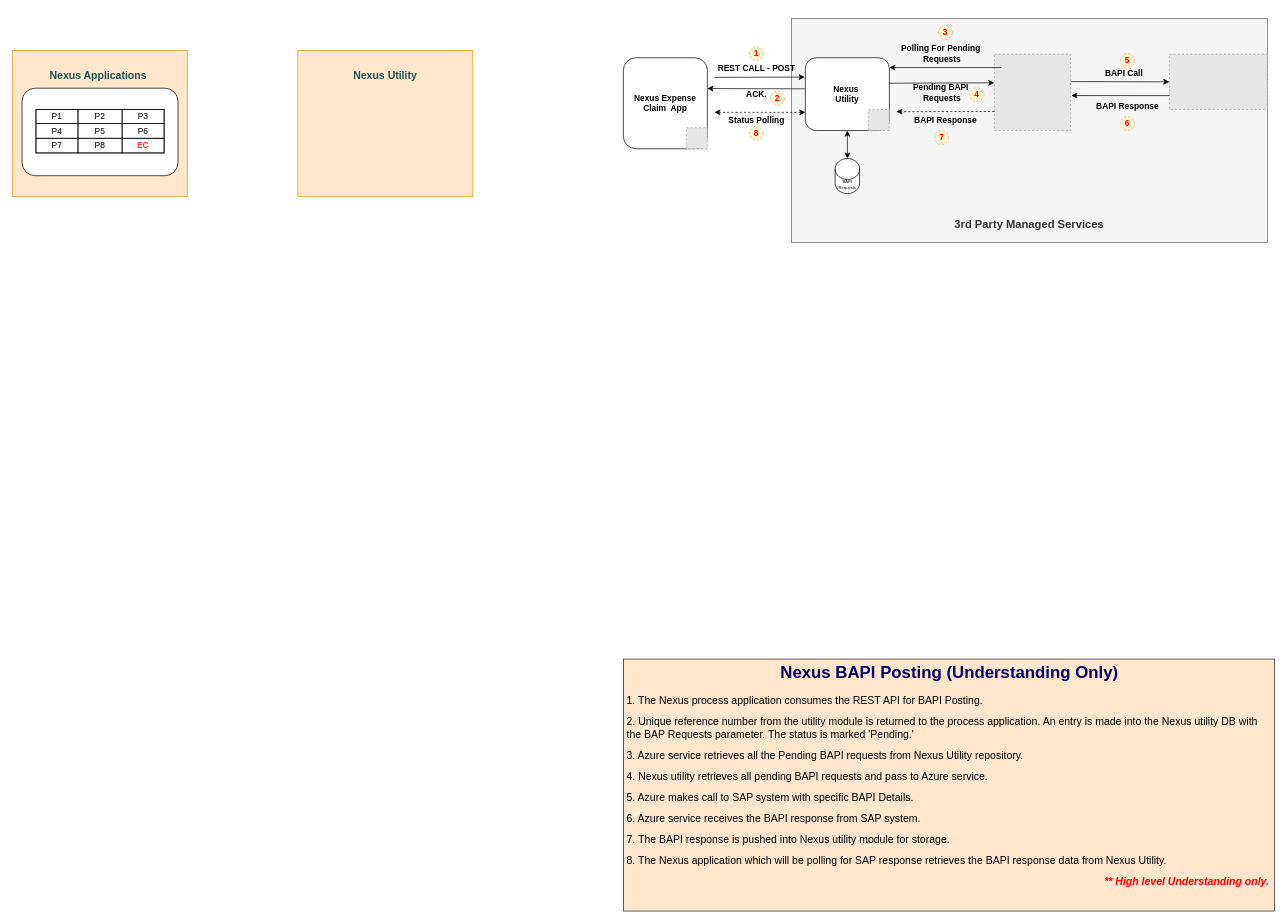
Earlier version of the draw.io diagram page "BAPI Posting" (2 of 2) of Nexus 4.0 Consulting.drawio (karthiksm2703siemens/Nexus-4.0-Diagrams). Source tidied: cells renumbered, new cells numbered last; positions are measured from the earlier drawing's top-left corner, leaving out a move shared by most shapes. Both pictures are drawn from the tidied source at 70%, with x=0, y=0 at pixel (12, 18). Pictures stored in the file or linked from it are replaced by grey dashed boxes.
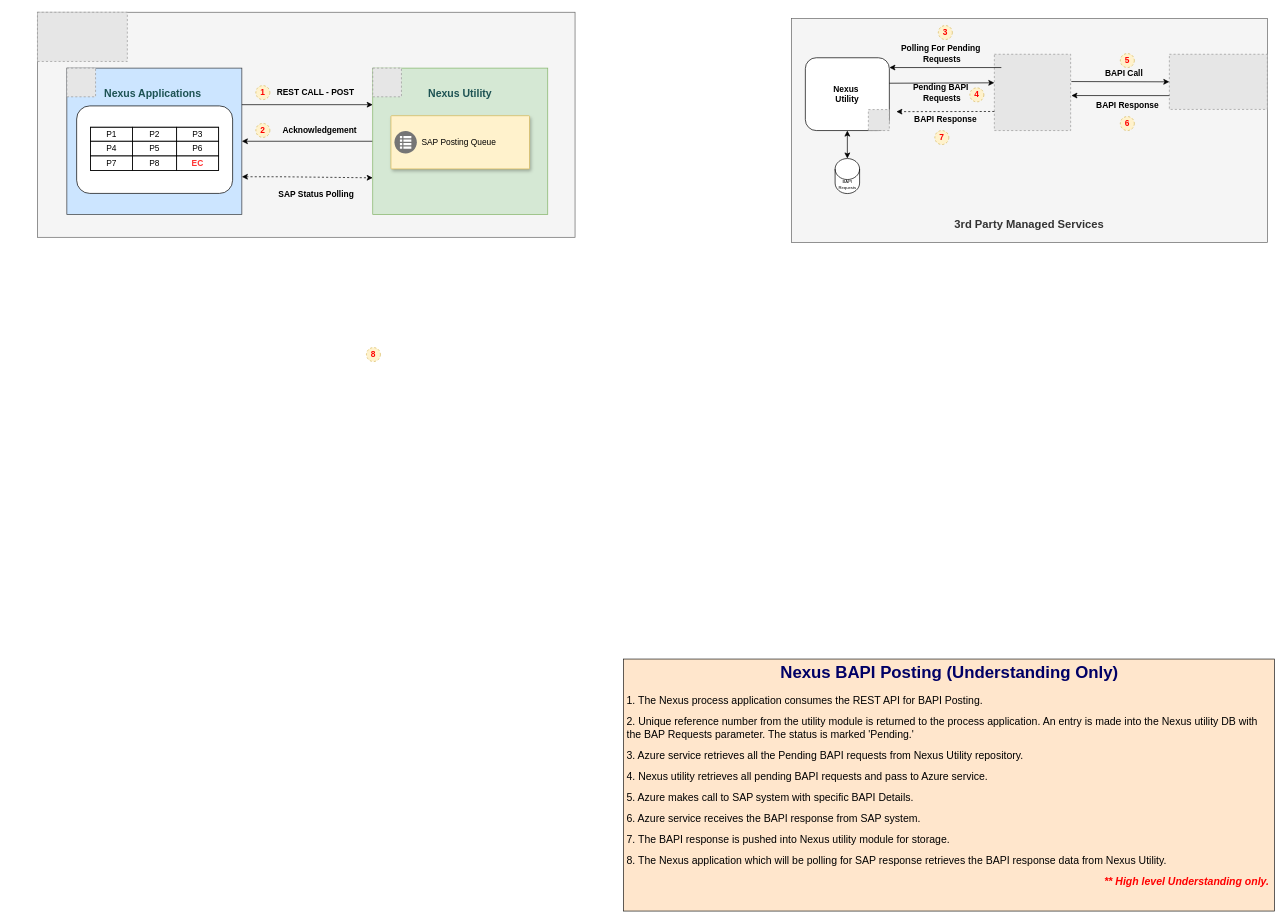
After the change.

Unchanged cells that the change refers to:
```xml
<mxCell id="8" value="Nexus&amp;nbsp;&lt;div&gt;Utility&lt;/div&gt;" style="rounded=1;whiteSpace=wrap;html=1;fontStyle=1;" parent="7" vertex="1">
  <mxGeometry width="120" height="104" as="geometry" />
</mxCell>
```

The edit, as a diff of the source:
```diff
@@
-    <mxCell id="2" value="&lt;div&gt;&lt;br&gt;&lt;/div&gt;" style="rounded=0;whiteSpace=wrap;html=1;fillColor=#ffe6cc;strokeColor=#d79b00;" parent="1" vertex="1">
-      <mxGeometry y="45.5" width="250" height="209" as="geometry" />
-    </mxCell>
@@
-    <mxCell id="4" style="group;" parent="1" vertex="1">
-      <mxGeometry x="873" y="56" width="120" height="130" as="geometry" />
-    </mxCell>
-    <mxCell id="5" value="Nexus Expense&lt;div&gt;Claim&amp;nbsp; App&lt;/div&gt;" style="rounded=1;whiteSpace=wrap;html=1;fontStyle=1;" parent="4" vertex="1">
-      <mxGeometry width="120" height="130" as="geometry" />
-    </mxCell>
-    <mxCell id="6" style="fillColor=#E6E6E6;strokeColor=#999999;dashed=1;verticalLabelPosition=bottom;labelBackgroundColor=default;verticalAlign=top;" parent="4" vertex="1">
-      <mxGeometry x="90" y="100" width="30" height="30" as="geometry" />
-    </mxCell>
@@
-    <mxCell id="10" value="REST CALL - POST" style="text;html=1;align=center;verticalAlign=middle;points=[];strokeColor=none;fillColor=none;fontStyle=1;" parent="1" vertex="1">
-      <mxGeometry x="998" y="56" width="130" height="30" as="geometry" />
-    </mxCell>
-    <mxCell id="11" value="ACK." style="text;html=1;align=center;verticalAlign=middle;strokeColor=none;fillColor=none;fontStyle=1;" parent="1" vertex="1">
-      <mxGeometry x="1038" y="94" width="50" height="30" as="geometry" />
-    </mxCell>
@@
-    <mxCell id="13" style="endArrow=classic;startArrow=none;html=1;rounded=0;entryX=1.032;entryY=0.92;entryDx=0;entryDy=0;startFill=0;entryPerimeter=0;" parent="1" edge="1" target="10">
-      <mxGeometry relative="1" as="geometry">
-        <mxPoint x="1003" y="84" as="sourcePoint" />
-      </mxGeometry>
-    </mxCell>
-    <mxCell id="14" style="endArrow=classic;html=1;rounded=0;exitX=-0.007;exitY=0.427;exitDx=0;exitDy=0;exitPerimeter=0;" parent="1" edge="1" source="8">
-      <mxGeometry relative="1" as="geometry">
-        <mxPoint x="993" y="100" as="targetPoint" />
-      </mxGeometry>
-    </mxCell>
@@
-    <mxCell id="28" style="endArrow=classic;html=1;rounded=0;entryX=0;entryY=0.75;entryDx=0;entryDy=0;dashed=1;startArrow=classic;startFill=1;" parent="1" edge="1" target="8">
-      <mxGeometry relative="1" as="geometry">
-        <mxPoint x="1003" y="134" as="sourcePoint" />
-      </mxGeometry>
-    </mxCell>
-    <mxCell id="29" value="Status Polling" style="text;html=1;align=center;verticalAlign=middle;strokeColor=none;fillColor=none;fontStyle=1;" parent="1" vertex="1">
-      <mxGeometry x="1018" y="130" width="90" height="30" as="geometry" />
-    </mxCell>
-    <mxCell id="30" value="1" style="ellipse;whiteSpace=wrap;html=1;fontStyle=1;dashed=1;fillColor=#fff2cc;strokeColor=#d6b656;fontColor=#FF0000;" parent="1" vertex="1">
-      <mxGeometry x="1053" y="40" width="20" height="20" as="geometry" />
-    </mxCell>
-    <mxCell id="31" value="2" style="ellipse;whiteSpace=wrap;html=1;fontStyle=1;dashed=1;fillColor=#fff2cc;strokeColor=#d6b656;fontColor=#FF0000;" parent="1" vertex="1">
-      <mxGeometry x="1083" y="104" width="20" height="20" as="geometry" />
-    </mxCell>
@@
     <mxCell id="37" value="8" style="ellipse;whiteSpace=wrap;html=1;fontStyle=1;dashed=1;fillColor=#fff2cc;strokeColor=#d6b656;fontColor=#FF0000;" parent="1" vertex="1">
-      <mxGeometry x="1053" y="154" width="20" height="20" as="geometry" />
+      <mxGeometry x="506" y="470" width="20" height="20" as="geometry" />
     </mxCell>
@@
+    <mxCell id="56" style="whiteSpace=wrap;html=1;fillColor=#f5f5f5;fontColor=#333333;strokeColor=#666666;" parent="1" vertex="1">
+      <mxGeometry x="36" y="-9" width="768" height="321.5" as="geometry" />
+    </mxCell>
+    <mxCell id="2" value="&lt;div&gt;&lt;br&gt;&lt;/div&gt;" style="rounded=0;whiteSpace=wrap;html=1;fillColor=#cce5ff;strokeColor=#36393d;" parent="1" vertex="1">
+      <mxGeometry x="78" y="70.8" width="250" height="209" as="geometry" />
+    </mxCell>
+    <mxCell id="10" value="REST CALL - POST" style="text;html=1;align=center;verticalAlign=middle;points=[];strokeColor=none;fillColor=none;fontStyle=1;" parent="1" vertex="1">
+      <mxGeometry x="368" y="90.8" width="130" height="30" as="geometry" />
+    </mxCell>
+    <mxCell id="11" value="Acknowledgement" style="text;html=1;align=center;verticalAlign=middle;strokeColor=none;fillColor=none;fontStyle=1;" parent="1" vertex="1">
+      <mxGeometry x="381" y="146.8" width="116" height="26" as="geometry" />
+    </mxCell>
+    <mxCell id="13" style="endArrow=classic;startArrow=none;html=1;rounded=0;entryX=0;entryY=0.25;entryDx=0;entryDy=0;startFill=0;exitX=1;exitY=0.25;exitDx=0;exitDy=0;" parent="1" edge="1" source="2" target="54">
+      <mxGeometry relative="1" as="geometry" />
+    </mxCell>
+    <mxCell id="14" style="endArrow=classic;html=1;rounded=0;exitX=0;exitY=0.5;exitDx=0;exitDy=0;entryX=1;entryY=0.5;entryDx=0;entryDy=0;" parent="1" edge="1" source="54" target="2">
+      <mxGeometry relative="1" as="geometry" />
+    </mxCell>
+    <mxCell id="30" value="1" style="ellipse;whiteSpace=wrap;html=1;fontStyle=1;dashed=1;fillColor=#fff2cc;strokeColor=#d6b656;fontColor=#FF0000;" parent="1" vertex="1">
+      <mxGeometry x="348" y="95.8" width="20" height="20" as="geometry" />
+    </mxCell>
+    <mxCell id="31" value="2" style="ellipse;whiteSpace=wrap;html=1;fontStyle=1;dashed=1;fillColor=#fff2cc;strokeColor=#d6b656;fontColor=#FF0000;" parent="1" vertex="1">
+      <mxGeometry x="348" y="149.8" width="20" height="20" as="geometry" />
+    </mxCell>
     <mxCell id="39" value="Nexus Applications" style="text;strokeColor=none;align=center;fillColor=none;html=1;verticalAlign=middle;whiteSpace=wrap;rounded=0;fontFamily=Helvetica;fontSize=15;fontStyle=1;fontColor=#1d5253;" parent="1" vertex="1">
-      <mxGeometry x="51" y="65.5" width="144" height="30" as="geometry" />
+      <mxGeometry x="129" y="90.8" width="144" height="30" as="geometry" />
     </mxCell>
     <mxCell id="40" value="&lt;div&gt;&lt;br&gt;&lt;/div&gt;&lt;div&gt;&lt;br&gt;&lt;/div&gt;&lt;div&gt;&lt;br&gt;&lt;/div&gt;&lt;div&gt;&lt;br&gt;&lt;/div&gt;" style="rounded=1;whiteSpace=wrap;html=1;" parent="1" vertex="1">
-      <mxGeometry x="14" y="99.5" width="222.8" height="125" as="geometry" />
+      <mxGeometry x="92" y="124.8" width="222.8" height="125" as="geometry" />
     </mxCell>
     <mxCell id="41" style="childLayout=tableLayout;shadow=0;fillColor=none;" parent="1" vertex="1">
-      <mxGeometry x="33.9" y="130" width="183" height="62" as="geometry" />
+      <mxGeometry x="111.9" y="155.2" width="183" height="62" as="geometry" />
     </mxCell>
@@
-    <mxCell id="54" value="&lt;div&gt;&lt;br&gt;&lt;/div&gt;" style="rounded=0;whiteSpace=wrap;html=1;fillColor=#ffe6cc;strokeColor=#d79b00;" parent="1" vertex="1">
-      <mxGeometry x="408" y="45.5" width="250" height="209" as="geometry" />
+    <mxCell id="54" value="&lt;div&gt;&lt;br&gt;&lt;/div&gt;" style="rounded=0;whiteSpace=wrap;html=1;fillColor=#d5e8d4;strokeColor=#82b366;" parent="1" vertex="1">
+      <mxGeometry x="515" y="70.8" width="250" height="209" as="geometry" />
     </mxCell>
     <mxCell id="55" value="Nexus Utility" style="text;strokeColor=none;align=center;fillColor=none;html=1;verticalAlign=middle;whiteSpace=wrap;rounded=0;fontFamily=Helvetica;fontSize=15;fontStyle=1;fontColor=#1d5253;" parent="1" vertex="1">
-      <mxGeometry x="461" y="65.5" width="144" height="30" as="geometry" />
+      <mxGeometry x="568" y="90.8" width="144" height="30" as="geometry" />
     </mxCell>
+    <mxCell id="57" style="strokeColor=#d6b656;shadow=1;strokeWidth=1;rounded=1;absoluteArcSize=1;arcSize=2;fillColor=#fff2cc;" parent="1" vertex="1">
+      <mxGeometry x="541" y="138.8" width="198" height="76" as="geometry" />
+    </mxCell>
+    <mxCell id="58" value="SAP Posting Queue" style="sketch=0;dashed=0;html=1;fillColor=#757575;strokeColor=none;shape=mxgraph.gcp2.task_queues;labelPosition=right;verticalLabelPosition=middle;align=left;verticalAlign=middle;spacingLeft=5;fontSize=12;" parent="57" vertex="1">
+      <mxGeometry y="0.5" width="32" height="32" relative="1" as="geometry">
+        <mxPoint x="5" y="-16" as="offset" />
+      </mxGeometry>
+    </mxCell>
+    <mxCell id="59" style="fillColor=#E6E6E6;strokeColor=#999999;dashed=1;verticalLabelPosition=bottom;verticalAlign=top;" parent="1" vertex="1">
+      <mxGeometry x="515" y="70.8" width="41" height="41" as="geometry" />
+    </mxCell>
+    <mxCell id="60" style="fillColor=#E6E6E6;strokeColor=#999999;dashed=1;verticalLabelPosition=bottom;verticalAlign=top;" parent="1" vertex="1">
+      <mxGeometry x="78" y="70.8" width="41" height="41" as="geometry" />
+    </mxCell>
+    <mxCell id="61" style="endArrow=classic;html=1;rounded=0;entryX=0;entryY=0.75;entryDx=0;entryDy=0;dashed=1;startArrow=classic;startFill=1;" parent="1" edge="1" target="54">
+      <mxGeometry relative="1" as="geometry">
+        <mxPoint x="328" y="226" as="sourcePoint" />
+        <Array as="points">
+          <mxPoint x="384" y="226" />
+        </Array>
+      </mxGeometry>
+    </mxCell>
+    <mxCell id="62" value="SAP Status Polling" style="text;html=1;align=center;verticalAlign=middle;strokeColor=none;fillColor=none;fontStyle=1;" parent="1" vertex="1">
+      <mxGeometry x="374" y="238" width="119" height="26" as="geometry" />
+    </mxCell>
+    <mxCell id="63" style="fillColor=#E6E6E6;strokeColor=#999999;dashed=1;verticalLabelPosition=bottom;labelBackgroundColor=default;verticalAlign=top;" parent="1" vertex="1">
+      <mxGeometry x="36" y="-9" width="128.4" height="70.3" as="geometry" />
+    </mxCell>
```
